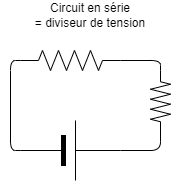
physcrowley/Robotique keeps this draw.io diagram as docs/images/voltage-divider.drawio.png. Above is the earlier version. Source tidied: cells renumbered, new cells last; positions are measured from the earlier drawing's top-left corner, leaving out a move shared by most shapes. Its diagram source:
```xml
<mxGraphModel>
  <root>
    <mxCell id="0" />
    <mxCell id="1" parent="0" />
    <mxCell id="2" style="edgeStyle=orthogonalEdgeStyle;html=1;exitX=0;exitY=0.5;exitDx=0;exitDy=0;exitPerimeter=0;entryX=0;entryY=0.5;entryDx=0;entryDy=0;entryPerimeter=0;endArrow=none;endFill=0;" parent="1" edge="1" source="3" target="5">
      <mxGeometry relative="1" as="geometry" />
    </mxCell>
    <mxCell id="3" style="verticalLabelPosition=bottom;shadow=0;dashed=0;align=center;fillColor=strokeColor;html=1;verticalAlign=top;strokeWidth=1;shape=mxgraph.electrical.miscellaneous.monocell_battery;" parent="1" vertex="1">
      <mxGeometry x="20" y="120" width="100" height="60" as="geometry" />
    </mxCell>
    <mxCell id="4" style="edgeStyle=orthogonalEdgeStyle;html=1;exitX=1;exitY=0.5;exitDx=0;exitDy=0;exitPerimeter=0;entryX=0;entryY=0.5;entryDx=0;entryDy=0;entryPerimeter=0;endArrow=none;endFill=0;" parent="1" edge="1" source="5" target="7">
      <mxGeometry relative="1" as="geometry" />
    </mxCell>
    <mxCell id="5" style="verticalLabelPosition=bottom;shadow=0;dashed=0;align=center;html=1;verticalAlign=top;shape=mxgraph.electrical.resistors.resistor_2;" parent="1" vertex="1">
      <mxGeometry x="20" y="50" width="100" height="20" as="geometry" />
    </mxCell>
    <mxCell id="6" style="edgeStyle=orthogonalEdgeStyle;html=1;exitX=1;exitY=0.5;exitDx=0;exitDy=0;exitPerimeter=0;entryX=1;entryY=0.5;entryDx=0;entryDy=0;entryPerimeter=0;endArrow=none;endFill=0;" parent="1" edge="1" source="7" target="3">
      <mxGeometry relative="1" as="geometry" />
    </mxCell>
    <mxCell id="7" style="verticalLabelPosition=bottom;shadow=0;dashed=0;align=center;html=1;verticalAlign=top;shape=mxgraph.electrical.resistors.resistor_2;direction=south;" parent="1" vertex="1">
      <mxGeometry x="150" y="70" width="20" height="62.5" as="geometry" />
    </mxCell>
    <mxCell id="8" value="Circuit en série &lt;br&gt;= diviseur de tension" style="text;html=1;strokeColor=none;fillColor=none;align=center;verticalAlign=middle;whiteSpace=wrap;rounded=0;" parent="1" vertex="1">
      <mxGeometry width="180" height="30" as="geometry" />
    </mxCell>
  </root>
</mxGraphModel>
```
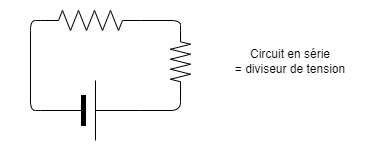
After the change.

The edit, as a diff of the source:
```diff
@@ -2,6 +2,9 @@
   <root>
     <mxCell id="0" />
     <mxCell id="1" parent="0" />
+    <mxCell id="9" style="rounded=1;whiteSpace=wrap;html=1;strokeColor=none;" parent="1" vertex="1">
+      <mxGeometry x="-20" y="40" width="360" height="150" as="geometry" />
+    </mxCell>
     <mxCell id="2" style="edgeStyle=orthogonalEdgeStyle;html=1;exitX=0;exitY=0.5;exitDx=0;exitDy=0;exitPerimeter=0;entryX=0;entryY=0.5;entryDx=0;entryDy=0;entryPerimeter=0;endArrow=none;endFill=0;" parent="1" edge="1" source="3" target="5">
       <mxGeometry relative="1" as="geometry" />
     </mxCell>
@@ -21,7 +24,7 @@
       <mxGeometry x="150" y="70" width="20" height="62.5" as="geometry" />
     </mxCell>
     <mxCell id="8" value="Circuit en série &lt;br&gt;= diviseur de tension" style="text;html=1;strokeColor=none;fillColor=none;align=center;verticalAlign=middle;whiteSpace=wrap;rounded=0;" parent="1" vertex="1">
-      <mxGeometry width="180" height="30" as="geometry" />
+      <mxGeometry x="180" y="86.2" width="180" height="30" as="geometry" />
     </mxCell>
   </root>
 </mxGraphModel>
```
